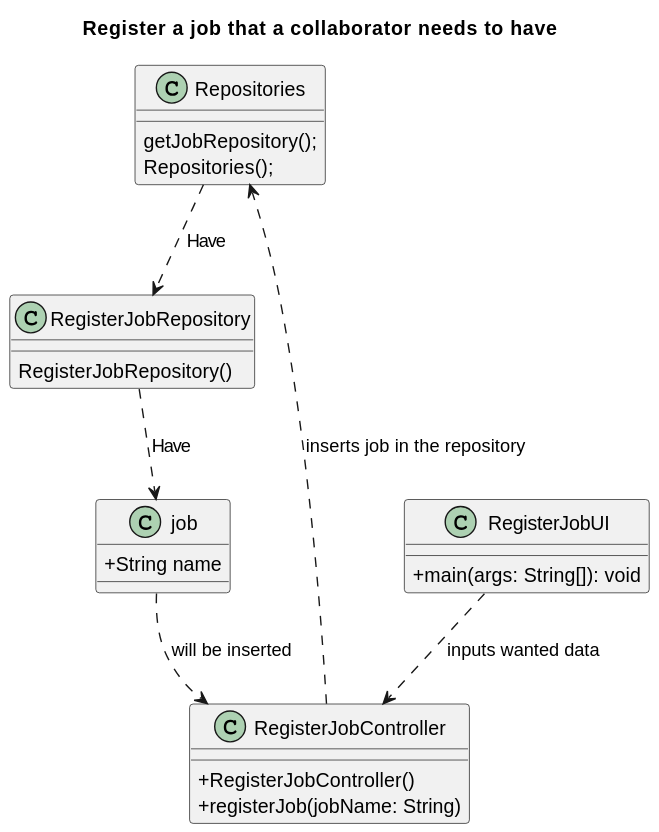
Earlier version of the PlantUML export docs/sprintB/us002/03.design/svg/us002-class-diagram-Register_a_job__that_a_collaborator_needs_to_have.svg (Departamento-de-Engenharia-Informatica/lei-24-s2-1dm-g132).
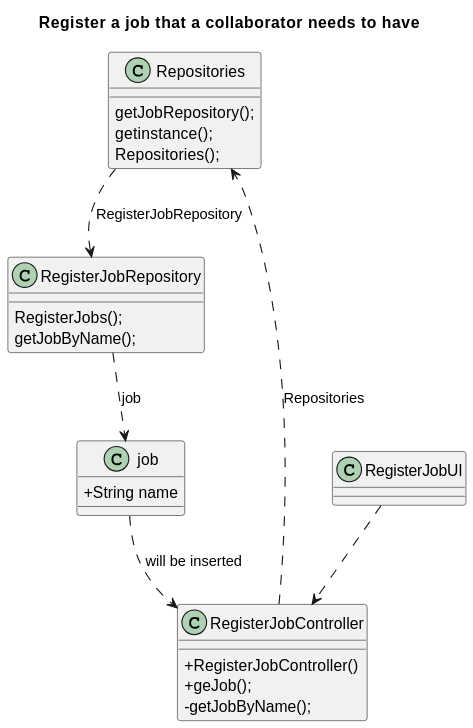
Later version of the same file.

Commit message:
Changes in the job and Vehicle class diagram

Diff of the diagram source:
```diff
@@ -5,29 +5,33 @@
 
 class Repositories {
     getJobRepository();
+    getinstance();
     Repositories();
 }
 class RegisterJobController {
     + RegisterJobController()
-    + registerJob(jobName: String)
+    + geJob();
+    -getJobByName();
+
 
 }
 
 class RegisterJobUI {
-    +main(args: String[]): void
+
 }
 
 class RegisterJobRepository {
-    RegisterJobRepository()
+    RegisterJobs();
+    getJobByName();
 }
 class job{
     +String name
 }
 
 
-RegisterJobUI ..> RegisterJobController: inputs wanted data
-RegisterJobController ..> Repositories : inserts job in the repository
-Repositories ..> RegisterJobRepository : Have
-RegisterJobRepository ..> job : Have
+RegisterJobUI ..> RegisterJobController
+RegisterJobController ..> Repositories : Repositories
+Repositories ..> RegisterJobRepository : RegisterJobRepository
+RegisterJobRepository ..> job : job
 job ..> RegisterJobController : will be inserted
 @enduml
```
